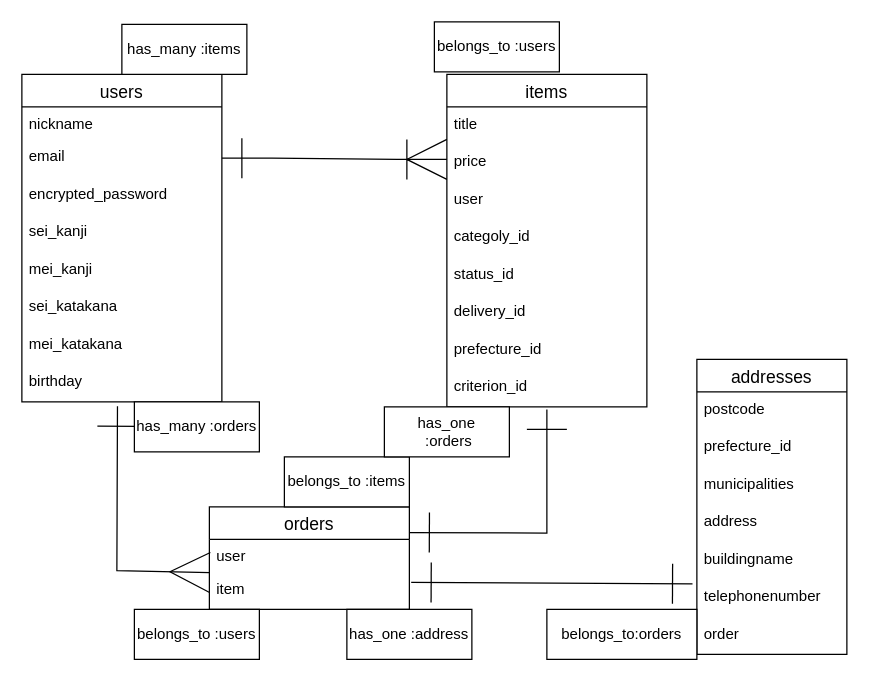
The draw.io diagram test.dio in codegiter1018/furima-38614, before the edit. Source tidied: cells renumbered, new cells numbered last; positions are measured from the earlier drawing's top-left corner, leaving out a move shared by most shapes. Both pictures are drawn from the tidied source at 125%, with x=0, y=0 at pixel (21, 21).
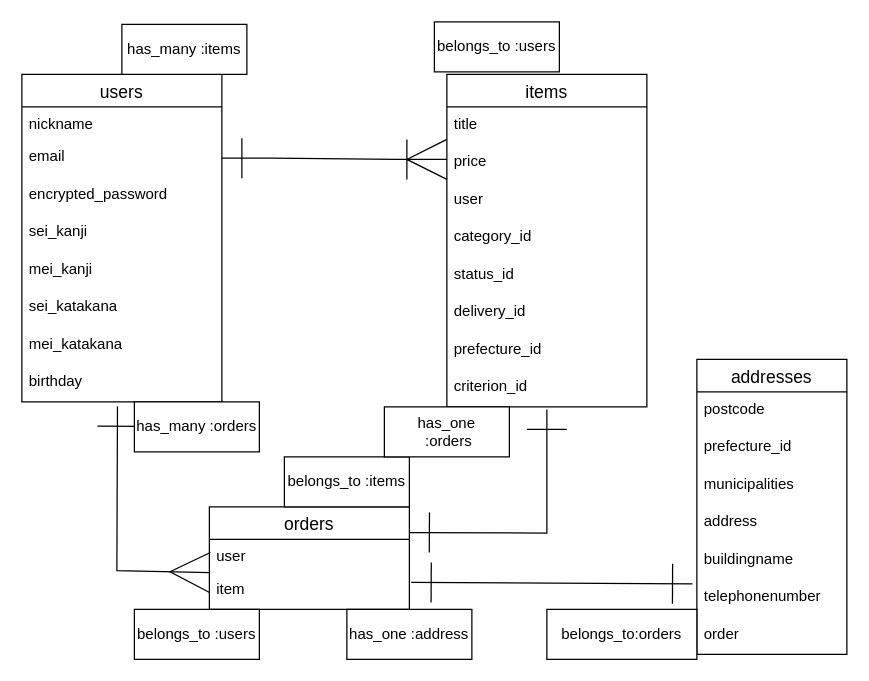
Above is the later version.

Commit message:
データベース設計修正5

The change refers to these unchanged cells:
```xml
<mxCell id="11" value="items" style="swimlane;fontStyle=0;horizontal=1;startSize=26;align=center;fontSize=14;" parent="1" vertex="1">
  <mxGeometry x="340" y="42" width="160" height="266" as="geometry" />
</mxCell>
```

Diff of the diagram source:
```diff
@@
-    <mxCell id="15" value="categoly_id" style="text;strokeColor=none;fillColor=none;spacingLeft=4;spacingRight=4;overflow=hidden;fontSize=12;" parent="11" vertex="1">
+    <mxCell id="15" value="category_id" style="text;strokeColor=none;fillColor=none;spacingLeft=4;spacingRight=4;overflow=hidden;fontSize=12;" parent="11" vertex="1">
       <mxGeometry y="116" width="160" height="30" as="geometry" />
     </mxCell>
```
